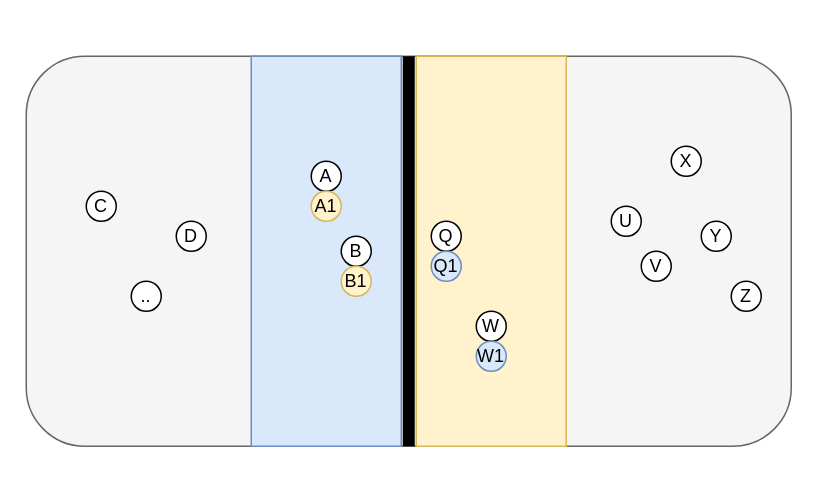
Above: img/Untitled Diagram.drawio in lixiang-share/jiuguang-blob (draw.io), before the change. Source tidied: cells renumbered, new cells numbered last; positions are measured from the earlier drawing's top-left corner, leaving out a move shared by most shapes. Both pictures are drawn from the tidied source at 150%, with x=0, y=0 at pixel (26, 56).
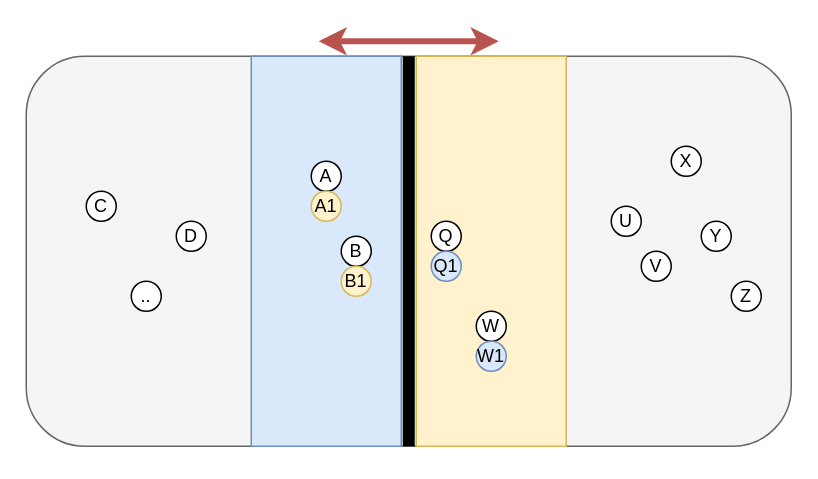
The same diagram, later.

Diff of the diagram source:
```diff
@@
+    <mxCell id="22" style="endArrow=classic;startArrow=classic;html=1;strokeWidth=4;fillColor=#f8cecc;strokeColor=#b85450;" parent="1" edge="1">
+      <mxGeometry relative="1" as="geometry">
+        <mxPoint x="195" y="-10" as="sourcePoint" />
+        <mxPoint x="315" y="-10" as="targetPoint" />
+      </mxGeometry>
+    </mxCell>
```
